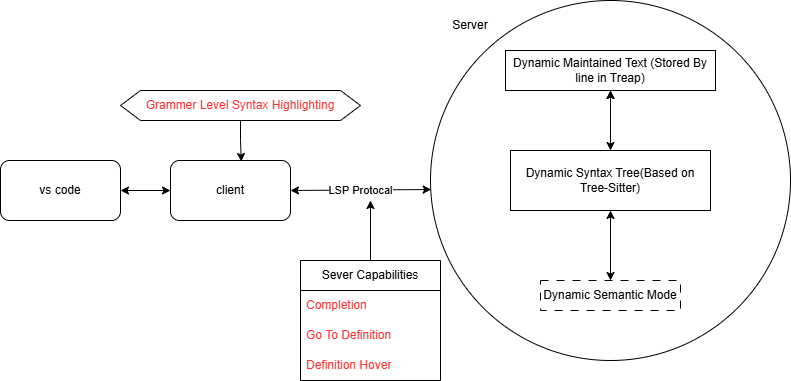
Before: assets/sysy-analyzer.png, a diagram exported from draw.io (jhzhics/sysy-analyzer). Source tidied: cells renumbered, new cells last; positions are measured from the earlier drawing's top-left corner, leaving out a move shared by most shapes.
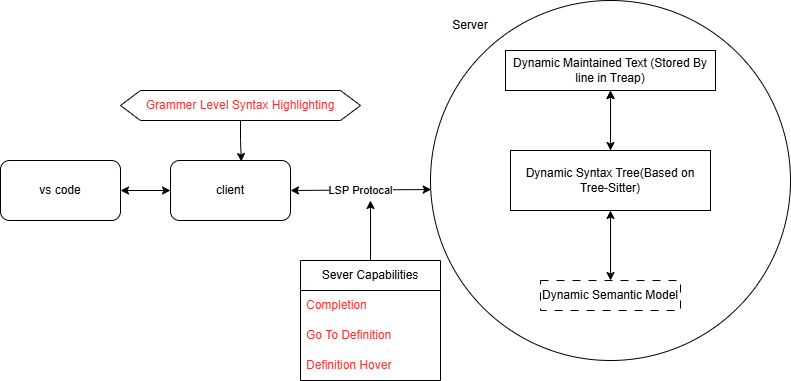
The same diagram one commit later.

Change to the diagram source:
```diff
@@ -60,7 +60,7 @@
     <mxCell id="19" style="endArrow=classic;startArrow=classic;html=1;rounded=0;entryX=0.5;entryY=1;entryDx=0;entryDy=0;exitX=0.5;exitY=0;exitDx=0;exitDy=0;" parent="1" edge="1" source="20" target="18">
       <mxGeometry relative="1" as="geometry" />
     </mxCell>
-    <mxCell id="20" value="Dynamic Semantic Mode" style="text;html=1;align=center;verticalAlign=middle;whiteSpace=wrap;rounded=0;dashed=1;dashPattern=8 8;strokeColor=default;" parent="1" vertex="1">
+    <mxCell id="20" value="Dynamic Semantic Model" style="text;html=1;align=center;verticalAlign=middle;whiteSpace=wrap;rounded=0;dashed=1;dashPattern=8 8;strokeColor=default;" parent="1" vertex="1">
       <mxGeometry x="540" y="280" width="140" height="30" as="geometry" />
     </mxCell>
   </root>
```
